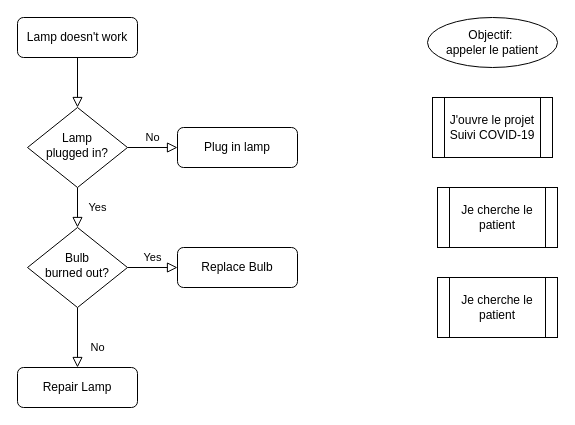
Earlier version of the draw.io diagram _posts/Untitled Diagram.drawio (Helena-Zuk/github-slideshow). Source tidied: cells renumbered, new cells numbered last; positions are measured from the earlier drawing's top-left corner, leaving out a move shared by most shapes. Both pictures are drawn from the tidied source at 100%, with x=0, y=0 at pixel (17, 17).
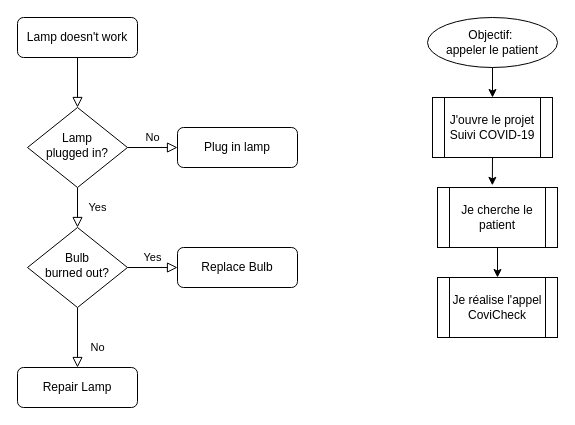
The same page after the edit.

Change to the diagram source:
```diff
@@
 <mxGraphModel>
   <root>
     <mxCell id="0" />
     <mxCell id="1" parent="0" />
     <mxCell id="2" style="rounded=0;html=1;jettySize=auto;fontSize=11;endArrow=block;endFill=0;endSize=8;strokeWidth=1;shadow=0;labelBackgroundColor=none;edgeStyle=orthogonalEdgeStyle;" parent="1" edge="1" source="3" target="6">
       <mxGeometry relative="1" as="geometry" />
     </mxCell>
     <mxCell id="3" value="Lamp doesn't work" style="rounded=1;whiteSpace=wrap;html=1;fontSize=12;glass=0;strokeWidth=1;shadow=0;" parent="1" vertex="1">
       <mxGeometry width="120" height="40" as="geometry" />
     </mxCell>
     <mxCell id="4" value="Yes" style="rounded=0;html=1;jettySize=auto;fontSize=11;endArrow=block;endFill=0;endSize=8;strokeWidth=1;shadow=0;labelBackgroundColor=none;edgeStyle=orthogonalEdgeStyle;" parent="1" edge="1" source="6" target="10">
       <mxGeometry y="20" relative="1" as="geometry" />
     </mxCell>
     <mxCell id="5" value="No" style="edgeStyle=orthogonalEdgeStyle;rounded=0;html=1;jettySize=auto;fontSize=11;endArrow=block;endFill=0;endSize=8;strokeWidth=1;shadow=0;labelBackgroundColor=none;" parent="1" edge="1" source="6" target="7">
       <mxGeometry y="10" relative="1" as="geometry" />
     </mxCell>
     <mxCell id="6" value="Lamp&lt;br&gt;plugged in?" style="rhombus;whiteSpace=wrap;html=1;shadow=0;fontFamily=Helvetica;fontSize=12;align=center;strokeWidth=1;spacing=6;spacingTop=-4;" parent="1" vertex="1">
       <mxGeometry x="10" y="90" width="100" height="80" as="geometry" />
     </mxCell>
     <mxCell id="7" value="Plug in lamp" style="rounded=1;whiteSpace=wrap;html=1;fontSize=12;glass=0;strokeWidth=1;shadow=0;" parent="1" vertex="1">
       <mxGeometry x="160" y="110" width="120" height="40" as="geometry" />
     </mxCell>
     <mxCell id="8" value="No" style="rounded=0;html=1;jettySize=auto;fontSize=11;endArrow=block;endFill=0;endSize=8;strokeWidth=1;shadow=0;labelBackgroundColor=none;edgeStyle=orthogonalEdgeStyle;" parent="1" edge="1" source="10" target="11">
       <mxGeometry x="0.33" y="20" relative="1" as="geometry" />
     </mxCell>
     <mxCell id="9" value="Yes" style="edgeStyle=orthogonalEdgeStyle;rounded=0;html=1;jettySize=auto;fontSize=11;endArrow=block;endFill=0;endSize=8;strokeWidth=1;shadow=0;labelBackgroundColor=none;" parent="1" edge="1" source="10" target="12">
       <mxGeometry y="10" relative="1" as="geometry" />
     </mxCell>
     <mxCell id="10" value="Bulb&lt;br&gt;burned out?" style="rhombus;whiteSpace=wrap;html=1;shadow=0;fontFamily=Helvetica;fontSize=12;align=center;strokeWidth=1;spacing=6;spacingTop=-4;" parent="1" vertex="1">
       <mxGeometry x="10" y="210" width="100" height="80" as="geometry" />
     </mxCell>
     <mxCell id="11" value="Repair Lamp" style="rounded=1;whiteSpace=wrap;html=1;fontSize=12;glass=0;strokeWidth=1;shadow=0;" parent="1" vertex="1">
       <mxGeometry y="350" width="120" height="40" as="geometry" />
     </mxCell>
     <mxCell id="12" value="Replace Bulb" style="rounded=1;whiteSpace=wrap;html=1;fontSize=12;glass=0;strokeWidth=1;shadow=0;" parent="1" vertex="1">
       <mxGeometry x="160" y="230" width="120" height="40" as="geometry" />
     </mxCell>
     <mxCell id="13" value="Objectif:&amp;nbsp;&lt;br&gt;appeler le patient" style="ellipse;whiteSpace=wrap;html=1;align=center;newEdgeStyle={&quot;edgeStyle&quot;:&quot;entityRelationEdgeStyle&quot;,&quot;startArrow&quot;:&quot;none&quot;,&quot;endArrow&quot;:&quot;none&quot;,&quot;segment&quot;:10,&quot;curved&quot;:1};" parent="1" vertex="1">
       <mxGeometry x="410" width="130" height="50" as="geometry" />
     </mxCell>
     <mxCell id="14" value="J'ouvre le projet Suivi COVID-19" style="shape=process;whiteSpace=wrap;html=1;backgroundOutline=1;" parent="1" vertex="1">
       <mxGeometry x="415" y="80" width="120" height="60" as="geometry" />
     </mxCell>
     <mxCell id="15" value="Je cherche le patient" style="shape=process;whiteSpace=wrap;html=1;backgroundOutline=1;" parent="1" vertex="1">
       <mxGeometry x="420" y="170" width="120" height="60" as="geometry" />
     </mxCell>
-    <mxCell id="16" value="Je cherche le patient" style="shape=process;whiteSpace=wrap;html=1;backgroundOutline=1;" parent="1" vertex="1">
+    <mxCell id="16" value="Je réalise l'appel CoviCheck" style="shape=process;whiteSpace=wrap;html=1;backgroundOutline=1;" parent="1" vertex="1">
       <mxGeometry x="420" y="260" width="120" height="60" as="geometry" />
     </mxCell>
+    <mxCell id="17" style="endArrow=classic;html=1;exitX=0.5;exitY=1;exitDx=0;exitDy=0;entryX=0.5;entryY=0;entryDx=0;entryDy=0;" parent="1" edge="1" source="13" target="14">
+      <mxGeometry relative="1" as="geometry" />
+    </mxCell>
+    <mxCell id="18" style="endArrow=classic;html=1;exitX=0.5;exitY=1;exitDx=0;exitDy=0;entryX=0.457;entryY=-0.036;entryDx=0;entryDy=0;entryPerimeter=0;" parent="1" edge="1" source="14" target="15">
+      <mxGeometry relative="1" as="geometry" />
+    </mxCell>
+    <mxCell id="19" style="endArrow=classic;html=1;exitX=0.5;exitY=1;exitDx=0;exitDy=0;entryX=0.5;entryY=0;entryDx=0;entryDy=0;" parent="1" edge="1" source="15" target="16">
+      <mxGeometry relative="1" as="geometry" />
+    </mxCell>
   </root>
 </mxGraphModel>
```
